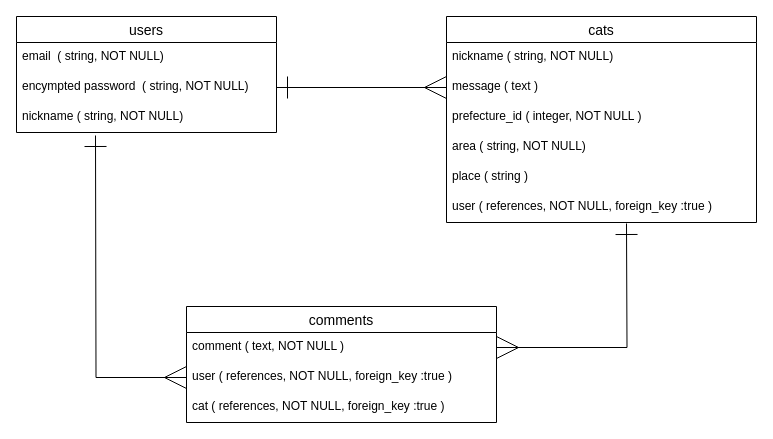
nyancho-inm/nya-king-map keeps this draw.io diagram as er.dio. Above is the earlier version. Source tidied: cells renumbered, new cells numbered last; positions are measured from the earlier drawing's top-left corner, leaving out a move shared by most shapes. Both pictures are drawn from the tidied source at 100%, with x=0, y=0 at pixel (16, 16).
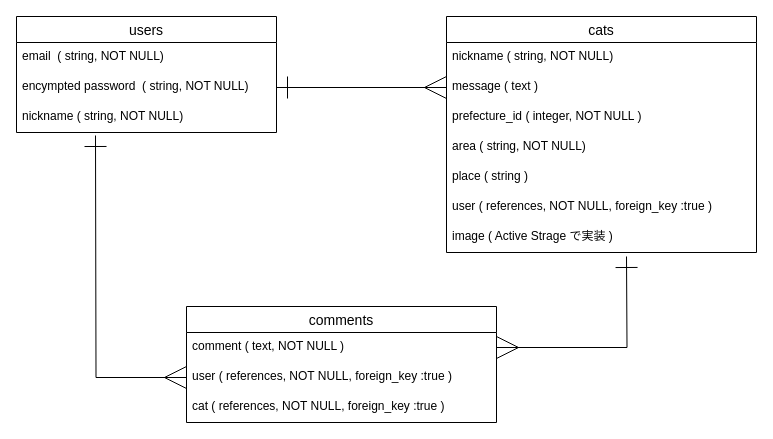
The same diagram, later.

Unchanged cells that the change refers to:
```xml
<mxCell id="14" value="comment ( text, NOT NULL )" style="text;strokeColor=none;fillColor=none;spacingLeft=4;spacingRight=4;overflow=hidden;points=[[0,0.5],[1,0.5]];portConstraint=eastwest;fontSize=12;" parent="13" vertex="1">
  <mxGeometry y="26" width="310" height="30" as="geometry" />
</mxCell>
```

Change to the diagram source:
```diff
@@
     <mxCell id="6" value="cats" style="swimlane;fontStyle=0;horizontal=1;startSize=26;align=center;fontSize=14;" parent="1" vertex="1">
-      <mxGeometry x="430" width="310" height="206" as="geometry" />
+      <mxGeometry x="430" width="310" height="236" as="geometry" />
     </mxCell>
@@
+    <mxCell id="20" value="image ( Active Strage で実装 )" style="text;strokeColor=none;fillColor=none;spacingLeft=4;spacingRight=4;overflow=hidden;fontSize=12;" parent="6" vertex="1">
+      <mxGeometry y="206" width="310" height="30" as="geometry" />
+    </mxCell>
@@
     <mxCell id="17" style="edgeStyle=orthogonalEdgeStyle;rounded=0;jettySize=auto;html=1;exitX=1;exitY=0.5;exitDx=0;exitDy=0;startArrow=ERmany;startFill=0;endArrow=ERone;endFill=0;strokeWidth=1;startSize=20;endSize=20;" parent="1" edge="1" source="14">
       <mxGeometry relative="1" as="geometry">
-        <mxPoint x="610" y="207" as="targetPoint" />
+        <mxPoint x="610" y="240" as="targetPoint" />
       </mxGeometry>
     </mxCell>
```
